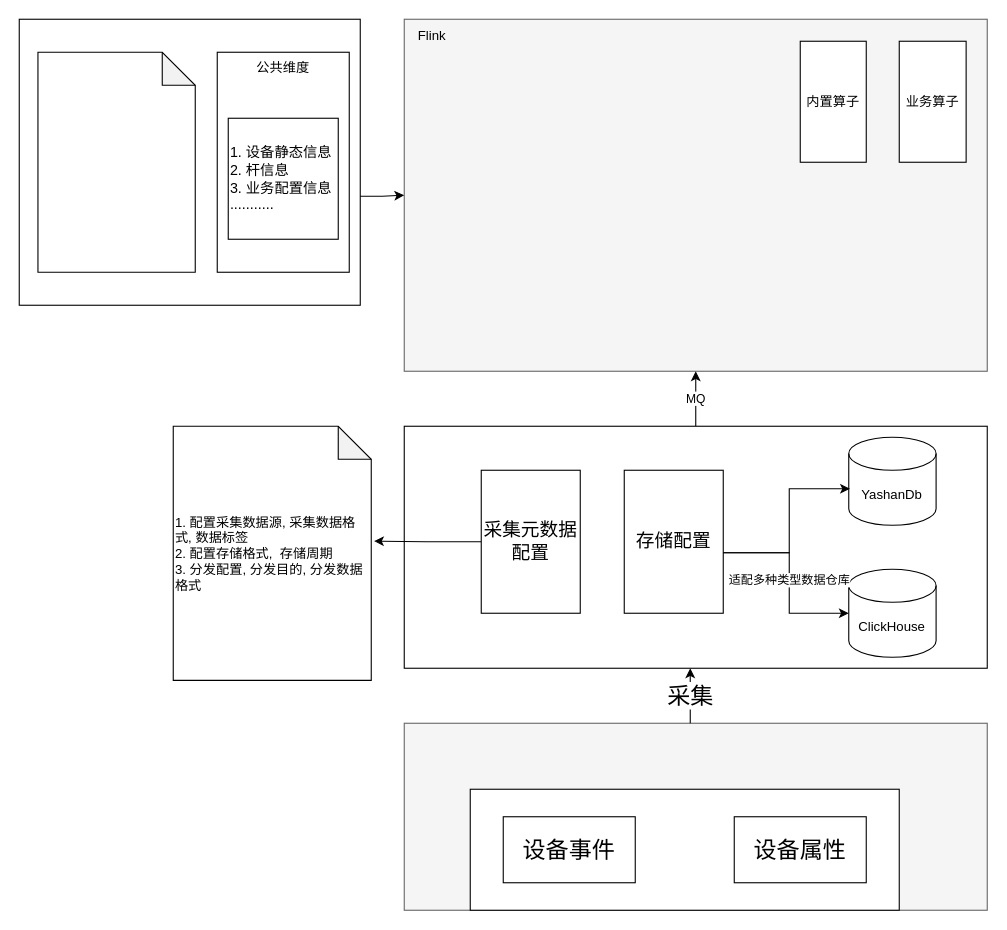
chenqi146/blog keeps this draw.io diagram as docs/java/dataCenter.drawio. Above is the earlier version. Source tidied: cells renumbered, new cells numbered last; positions are measured from the earlier drawing's top-left corner, leaving out a move shared by most shapes. Both pictures are drawn from the tidied source at 110%, with x=0, y=0 at pixel (19, 19).
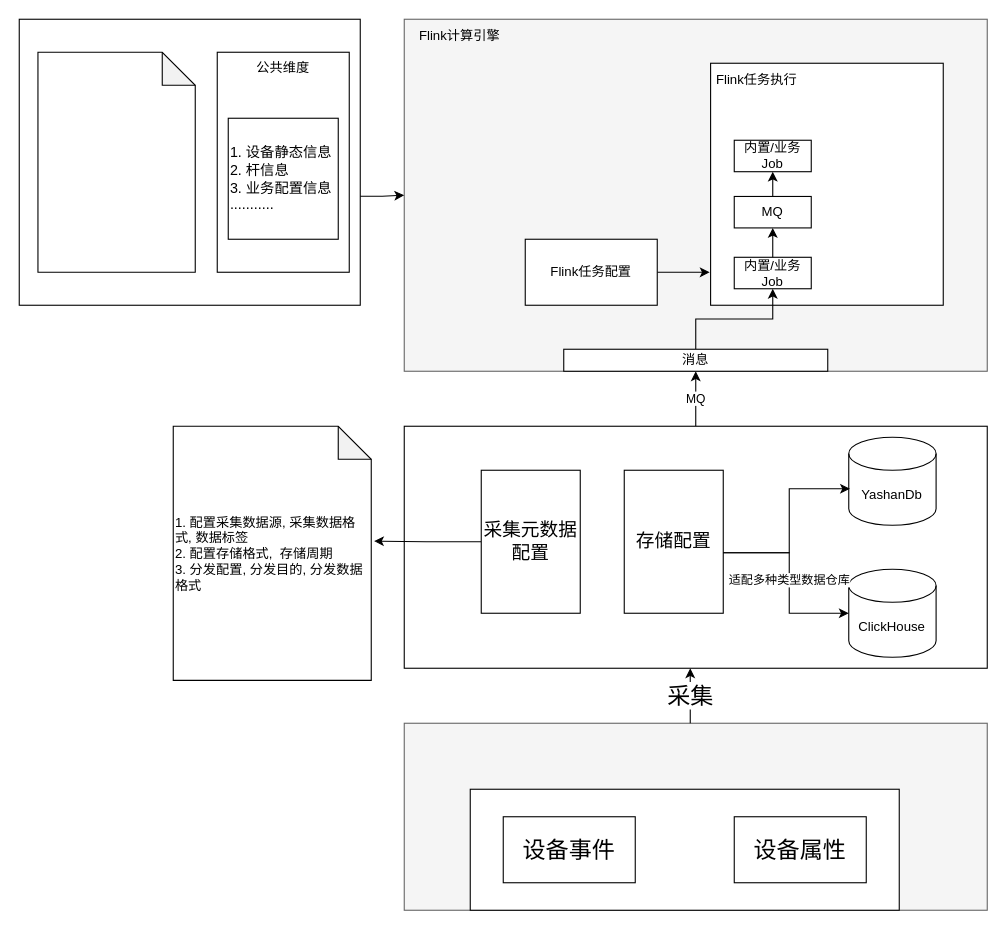
After the change.

Diff of the diagram source:
```diff
@@
+    <mxCell id="26" style="rounded=0;whiteSpace=wrap;html=1;" parent="1" vertex="1">
+      <mxGeometry x="628.5" y="40" width="211.5" height="220" as="geometry" />
+    </mxCell>
@@
-    <mxCell id="8" value="Flink" style="text;html=1;align=center;verticalAlign=middle;strokeColor=none;fillColor=none;" parent="1" vertex="1">
-      <mxGeometry x="350" width="50" height="30" as="geometry" />
+    <mxCell id="8" value="Flink计算引擎" style="text;html=1;align=center;verticalAlign=middle;strokeColor=none;fillColor=none;" parent="1" vertex="1">
+      <mxGeometry x="350" width="100" height="30" as="geometry" />
     </mxCell>
-    <mxCell id="9" value="内置算子" style="rounded=0;whiteSpace=wrap;html=1;" parent="1" vertex="1">
-      <mxGeometry x="710" y="20" width="60" height="110" as="geometry" />
-    </mxCell>
-    <mxCell id="10" value="业务算子" style="rounded=0;whiteSpace=wrap;html=1;" parent="1" vertex="1">
-      <mxGeometry x="800" y="20" width="60.8" height="110" as="geometry" />
-    </mxCell>
@@
+    <mxCell id="27" style="edgeStyle=orthogonalEdgeStyle;rounded=0;jettySize=auto;html=1;entryX=0.5;entryY=1;entryDx=0;entryDy=0;" parent="1" edge="1" source="28" target="9">
+      <mxGeometry relative="1" as="geometry" />
+    </mxCell>
+    <mxCell id="28" value="消息" style="rounded=0;whiteSpace=wrap;html=1;" parent="1" vertex="1">
+      <mxGeometry x="495" y="300" width="240" height="20" as="geometry" />
+    </mxCell>
+    <mxCell id="29" value="Flink任务执行" style="text;html=1;align=center;verticalAlign=middle;strokeColor=none;fillColor=none;" parent="1" vertex="1">
+      <mxGeometry x="620" y="40" width="100" height="30" as="geometry" />
+    </mxCell>
+    <mxCell id="30" style="group;" parent="1" vertex="1">
+      <mxGeometry x="650" y="110" width="70" height="135" as="geometry" />
+    </mxCell>
+    <mxCell id="9" value="内置/业务Job" style="rounded=0;whiteSpace=wrap;html=1;" parent="30" vertex="1">
+      <mxGeometry y="106.4" width="70" height="28.6" as="geometry" />
+    </mxCell>
+    <mxCell id="31" value="内置/业务Job" style="rounded=0;whiteSpace=wrap;html=1;" parent="30" vertex="1">
+      <mxGeometry width="70" height="28.6" as="geometry" />
+    </mxCell>
+    <mxCell id="32" style="edgeStyle=orthogonalEdgeStyle;rounded=0;jettySize=auto;html=1;" parent="30" edge="1" source="33" target="31">
+      <mxGeometry relative="1" as="geometry" />
+    </mxCell>
+    <mxCell id="33" value="MQ" style="rounded=0;whiteSpace=wrap;html=1;" parent="30" vertex="1">
+      <mxGeometry y="51.1" width="70" height="28.6" as="geometry" />
+    </mxCell>
+    <mxCell id="34" style="edgeStyle=orthogonalEdgeStyle;rounded=0;jettySize=auto;html=1;entryX=0.5;entryY=1;entryDx=0;entryDy=0;" parent="30" edge="1" source="9" target="33">
+      <mxGeometry relative="1" as="geometry" />
+    </mxCell>
+    <mxCell id="35" style="edgeStyle=orthogonalEdgeStyle;rounded=0;jettySize=auto;html=1;entryX=-0.004;entryY=0.864;entryDx=0;entryDy=0;entryPerimeter=0;" parent="1" edge="1" source="36" target="26">
+      <mxGeometry relative="1" as="geometry" />
+    </mxCell>
+    <mxCell id="36" value="Flink任务配置" style="rounded=0;whiteSpace=wrap;html=1;" parent="1" vertex="1">
+      <mxGeometry x="460" y="200" width="120" height="60" as="geometry" />
+    </mxCell>
```
